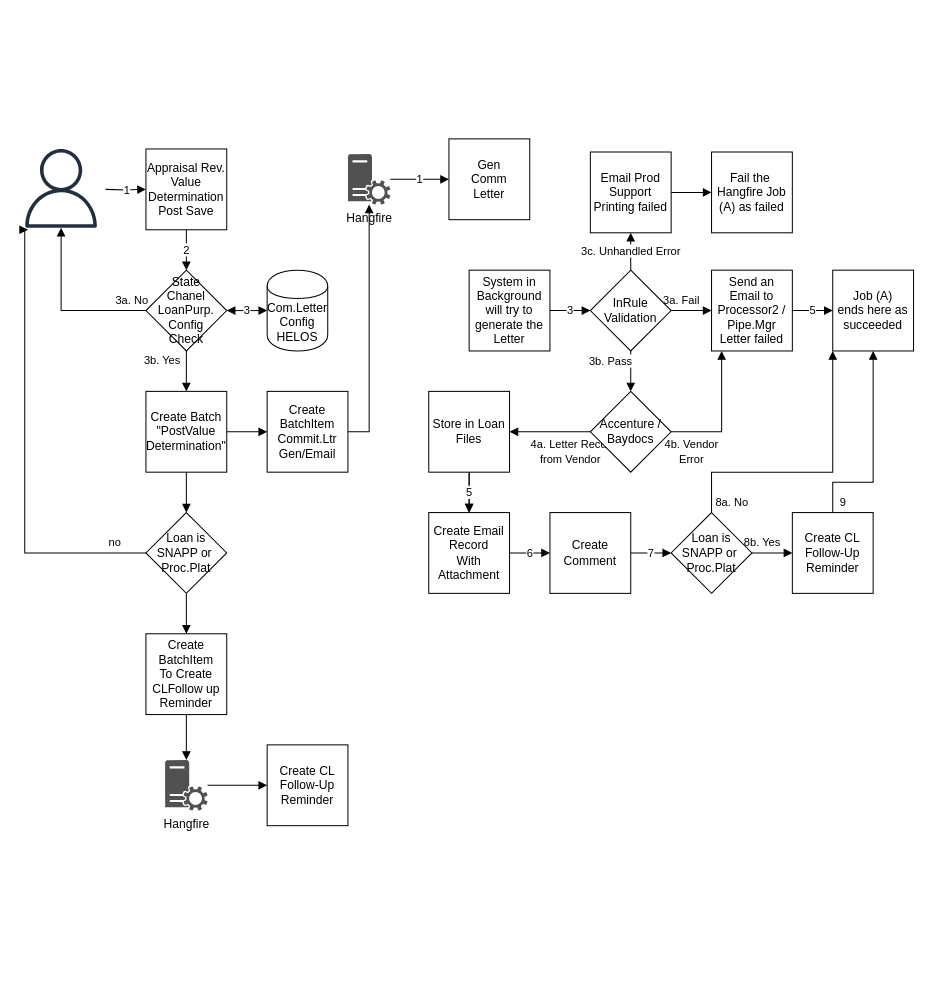
Above: page "WS/CLP" (4 of 6) of Untitled Diagram.drawio in lhesnadeemshaikh/los (draw.io), before the change. Source tidied: cells renumbered, new cells numbered last; positions are measured from the earlier drawing's top-left corner, leaving out a move shared by most shapes. Both pictures are drawn from the tidied source at 101%, with x=0, y=0 at pixel (21, 138).
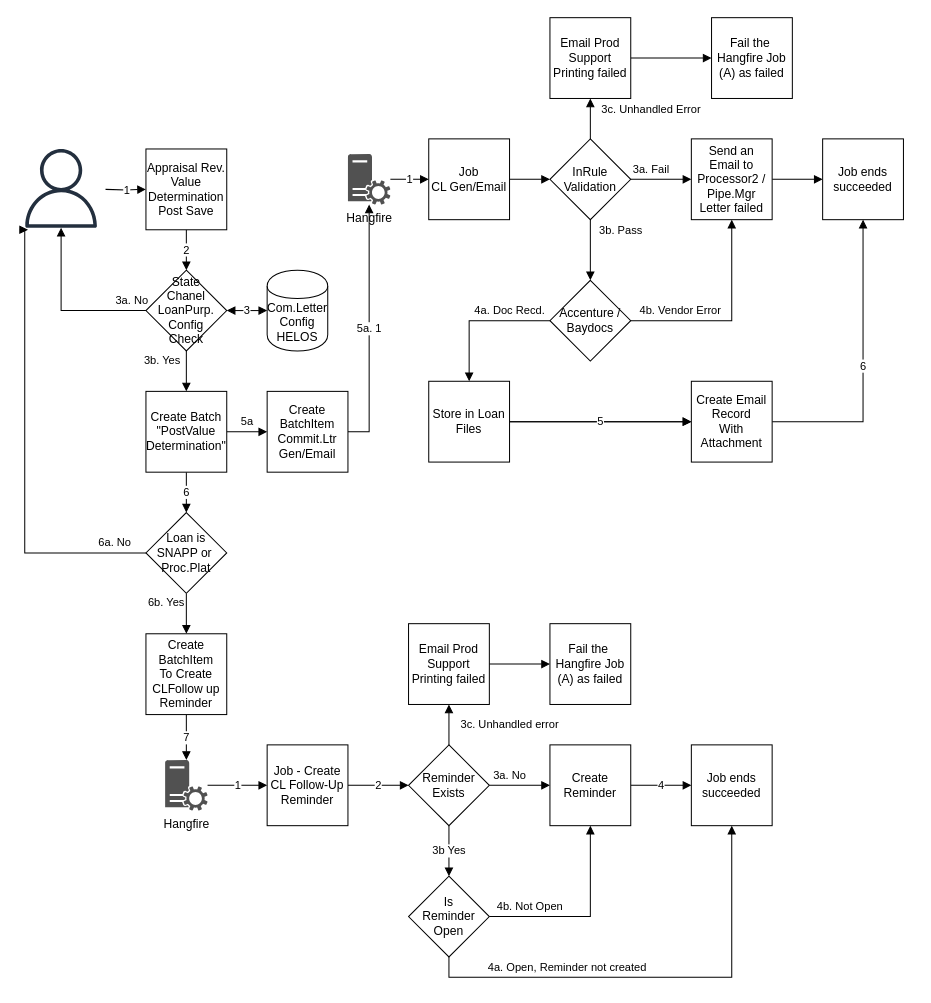
After the change.

The change refers to these unchanged cells:
```xml
<mxCell id="7" value="Hangfire" style="shadow=0;dashed=0;html=1;strokeColor=none;labelPosition=center;verticalLabelPosition=bottom;verticalAlign=top;align=center;fillColor=#515151;shape=mxgraph.mscae.system_center.roles;" parent="1" vertex="1">
  <mxGeometry x="323" y="15" width="42" height="50" as="geometry" />
</mxCell>
<mxCell id="37" value="Create Batch&lt;br&gt;&quot;PostValue&lt;br&gt;Determination&quot;" style="whiteSpace=wrap;html=1;" parent="1" vertex="1">
  <mxGeometry x="123" y="250" width="80" height="80" as="geometry" />
</mxCell>
<mxCell id="42" value="Loan is SNAPP or&amp;nbsp;&lt;br&gt;Proc.Plat" style="rhombus;whiteSpace=wrap;html=1;" parent="1" vertex="1">
  <mxGeometry x="123" y="370" width="80" height="80" as="geometry" />
</mxCell>
<mxCell id="44" value="Hangfire" style="shadow=0;dashed=0;html=1;strokeColor=none;labelPosition=center;verticalLabelPosition=bottom;verticalAlign=top;align=center;fillColor=#515151;shape=mxgraph.mscae.system_center.roles;" parent="1" vertex="1">
  <mxGeometry x="142" y="615" width="42" height="50" as="geometry" />
</mxCell>
<mxCell id="45" style="outlineConnect=0;fontColor=#232F3E;gradientColor=none;fillColor=#232F3E;strokeColor=none;dashed=0;verticalLabelPosition=bottom;verticalAlign=top;align=center;html=1;fontSize=12;fontStyle=0;shape=mxgraph.aws4.user;" parent="1" vertex="1">
  <mxGeometry y="10" width="78" height="78" as="geometry" />
</mxCell>
<mxCell id="51" value="Create BatchItem&lt;br&gt;Commit.Ltr&lt;br&gt;Gen/Email" style="whiteSpace=wrap;html=1;" parent="1" vertex="1">
  <mxGeometry x="243" y="250" width="80" height="80" as="geometry" />
</mxCell>
<mxCell id="53" value="Create BatchItem&lt;br&gt;To Create&lt;br&gt;CLFollow up Reminder" style="whiteSpace=wrap;html=1;" parent="1" vertex="1">
  <mxGeometry x="123" y="490" width="80" height="80" as="geometry" />
</mxCell>
```

Change to the diagram source:
```diff
@@
+    <mxCell id="54" style="edgeStyle=orthogonalEdgeStyle;rounded=0;jettySize=auto;html=1;startArrow=none;startFill=0;endArrow=block;endFill=1;entryX=0;entryY=0.5;entryDx=0;entryDy=0;" parent="1" edge="1" source="5" target="13">
+      <mxGeometry relative="1" as="geometry" />
+    </mxCell>
-    <mxCell id="5" value="Gen&lt;br&gt;Comm&lt;br&gt;Letter" style="whiteSpace=wrap;html=1;" parent="1" vertex="1">
-      <mxGeometry x="423" width="80" height="80" as="geometry" />
+    <mxCell id="5" value="Job&lt;br&gt;CL Gen/Email" style="whiteSpace=wrap;html=1;" parent="1" vertex="1">
+      <mxGeometry x="403" width="80" height="80" as="geometry" />
     </mxCell>
@@
-    <mxCell id="8" value="3" style="edgeStyle=orthogonalEdgeStyle;rounded=0;jettySize=auto;html=1;startArrow=none;startFill=0;endArrow=block;endFill=1;" parent="1" edge="1" source="9" target="13">
-      <mxGeometry relative="1" as="geometry" />
-    </mxCell>
-    <mxCell id="9" value="System in Background will try to generate the Letter" style="whiteSpace=wrap;html=1;" parent="1" vertex="1">
-      <mxGeometry x="443" y="130" width="80" height="80" as="geometry" />
-    </mxCell>
-    <mxCell id="10" value="3a. Fail" style="edgeStyle=orthogonalEdgeStyle;rounded=0;jettySize=auto;html=1;startArrow=none;startFill=0;endArrow=block;endFill=1;" parent="1" edge="1" source="13" target="15">
-      <mxGeometry x="-0.5" y="10" relative="1" as="geometry" />
-    </mxCell>
-    <mxCell id="11" value="3b. Pass" style="edgeStyle=orthogonalEdgeStyle;rounded=0;jettySize=auto;html=1;startArrow=none;startFill=0;endArrow=block;endFill=1;entryX=0.5;entryY=0;entryDx=0;entryDy=0;" parent="1" edge="1" source="13" target="19">
-      <mxGeometry x="-0.5" y="-20" relative="1" as="geometry" />
-    </mxCell>
-    <mxCell id="12" value="3c. Unhandled Error" style="edgeStyle=orthogonalEdgeStyle;rounded=0;jettySize=auto;html=1;exitX=0.5;exitY=0;exitDx=0;exitDy=0;entryX=0.5;entryY=1;entryDx=0;entryDy=0;startArrow=none;startFill=0;endArrow=block;endFill=1;" parent="1" edge="1" source="13" target="33">
-      <mxGeometry relative="1" as="geometry" />
-    </mxCell>
-    <mxCell id="13" value="InRule Validation" style="rhombus;whiteSpace=wrap;html=1;" parent="1" vertex="1">
-      <mxGeometry x="563" y="130" width="80" height="80" as="geometry" />
-    </mxCell>
-    <mxCell id="14" value="5" style="edgeStyle=orthogonalEdgeStyle;rounded=0;jettySize=auto;html=1;startArrow=none;startFill=0;endArrow=block;endFill=1;" parent="1" edge="1" source="15" target="16">
-      <mxGeometry relative="1" as="geometry" />
-    </mxCell>
-    <mxCell id="15" value="Send an Email to Processor2 / Pipe.Mgr&lt;br&gt;Letter failed" style="whiteSpace=wrap;html=1;" parent="1" vertex="1">
-      <mxGeometry x="683" y="130" width="80" height="80" as="geometry" />
-    </mxCell>
-    <mxCell id="16" value="Job (A)&lt;br&gt;ends here as succeeded" style="whiteSpace=wrap;html=1;" parent="1" vertex="1">
-      <mxGeometry x="803" y="130" width="80" height="80" as="geometry" />
-    </mxCell>
+    <mxCell id="18" value="4a. Doc Recd." style="edgeStyle=orthogonalEdgeStyle;rounded=0;jettySize=auto;html=1;entryX=0.5;entryY=0;entryDx=0;entryDy=0;startArrow=none;startFill=0;endArrow=block;endFill=1;" parent="1" edge="1" source="19" target="22">
+      <mxGeometry x="-0.43" y="-10" relative="1" as="geometry" />
+    </mxCell>
-    <mxCell id="17" value="4b. Vendor&lt;br&gt;Error" style="edgeStyle=orthogonalEdgeStyle;rounded=0;jettySize=auto;html=1;startArrow=none;startFill=0;endArrow=block;endFill=1;" parent="1" edge="1" source="19" target="15">
-      <mxGeometry x="-0.69" y="-20" relative="1" as="geometry">
-        <Array as="points">
-          <mxPoint x="693" y="290" />
-        </Array>
+    <mxCell id="17" value="4b. Vendor Error" style="edgeStyle=orthogonalEdgeStyle;rounded=0;jettySize=auto;html=1;entryX=0.5;entryY=1;entryDx=0;entryDy=0;startArrow=none;startFill=0;endArrow=block;endFill=1;" parent="1" edge="1" source="19" target="15">
+      <mxGeometry x="-0.5" y="10" relative="1" as="geometry">
+        <mxPoint x="-1" as="offset" />
       </mxGeometry>
     </mxCell>
-    <mxCell id="18" value="&lt;span style=&quot;color: rgb(0 , 0 , 0) ; font-family: &amp;#34;helvetica&amp;#34; ; font-size: 11px ; font-style: normal ; font-weight: 400 ; letter-spacing: normal ; text-align: center ; text-indent: 0px ; text-transform: none ; word-spacing: 0px ; background-color: rgb(255 , 255 , 255) ; display: inline ; float: none&quot;&gt;4a. Letter Recd. &lt;br&gt;from Vendor&lt;/span&gt;" style="edgeStyle=orthogonalEdgeStyle;rounded=0;jettySize=auto;html=1;entryX=1;entryY=0.5;entryDx=0;entryDy=0;startArrow=none;startFill=0;endArrow=block;endFill=1;" parent="1" edge="1" source="19" target="22">
-      <mxGeometry x="-0.5" y="20" relative="1" as="geometry" />
-    </mxCell>
     <mxCell id="19" value="Accenture / Baydocs" style="rhombus;whiteSpace=wrap;html=1;" parent="1" vertex="1">
-      <mxGeometry x="563" y="250" width="80" height="80" as="geometry" />
+      <mxGeometry x="523" y="140" width="80" height="80" as="geometry" />
     </mxCell>
@@
     <mxCell id="22" value="Store in Loan&lt;br&gt;Files" style="whiteSpace=wrap;html=1;" parent="1" vertex="1">
-      <mxGeometry x="403" y="250" width="80" height="80" as="geometry" />
+      <mxGeometry x="403" y="240" width="80" height="80" as="geometry" />
     </mxCell>
-    <mxCell id="23" value="6" style="edgeStyle=orthogonalEdgeStyle;rounded=0;jettySize=auto;html=1;startArrow=none;startFill=0;endArrow=block;endFill=1;" parent="1" edge="1" source="24" target="26">
+    <mxCell id="23" value="6" style="edgeStyle=orthogonalEdgeStyle;rounded=0;jettySize=auto;html=1;entryX=0.5;entryY=1;entryDx=0;entryDy=0;startArrow=none;startFill=0;endArrow=block;endFill=1;" parent="1" edge="1" source="24" target="57">
       <mxGeometry relative="1" as="geometry" />
     </mxCell>
     <mxCell id="24" value="Create Email Record&lt;br&gt;With Attachment" style="whiteSpace=wrap;html=1;" parent="1" vertex="1">
-      <mxGeometry x="403" y="370" width="80" height="80" as="geometry" />
+      <mxGeometry x="663" y="240" width="80" height="80" as="geometry" />
     </mxCell>
-    <mxCell id="25" value="7" style="edgeStyle=orthogonalEdgeStyle;rounded=0;jettySize=auto;html=1;startArrow=none;startFill=0;endArrow=block;endFill=1;" parent="1" edge="1" source="26" target="29">
-      <mxGeometry relative="1" as="geometry" />
-    </mxCell>
-    <mxCell id="26" value="Create Comment" style="whiteSpace=wrap;html=1;" parent="1" vertex="1">
-      <mxGeometry x="523" y="370" width="80" height="80" as="geometry" />
-    </mxCell>
-    <mxCell id="27" value="8b. Yes" style="edgeStyle=orthogonalEdgeStyle;rounded=0;jettySize=auto;html=1;entryX=0;entryY=0.5;entryDx=0;entryDy=0;startArrow=none;startFill=0;endArrow=block;endFill=1;" parent="1" edge="1" source="29" target="31">
-      <mxGeometry x="-0.5" y="10" relative="1" as="geometry" />
-    </mxCell>
-    <mxCell id="28" value="8a. No" style="edgeStyle=orthogonalEdgeStyle;rounded=0;jettySize=auto;html=1;entryX=0;entryY=1;entryDx=0;entryDy=0;startArrow=none;startFill=0;endArrow=block;endFill=1;" parent="1" edge="1" source="29" target="16">
-      <mxGeometry x="-0.93" y="-20" relative="1" as="geometry">
-        <Array as="points">
-          <mxPoint x="683" y="330" />
-          <mxPoint x="803" y="330" />
-        </Array>
-      </mxGeometry>
-    </mxCell>
-    <mxCell id="29" value="Loan is SNAPP or&amp;nbsp;&lt;br&gt;Proc.Plat" style="rhombus;whiteSpace=wrap;html=1;" parent="1" vertex="1">
-      <mxGeometry x="643" y="370" width="80" height="80" as="geometry" />
-    </mxCell>
-    <mxCell id="30" value="9" style="edgeStyle=orthogonalEdgeStyle;rounded=0;jettySize=auto;html=1;entryX=0.5;entryY=1;entryDx=0;entryDy=0;startArrow=none;startFill=0;endArrow=block;endFill=1;exitX=0.5;exitY=0;exitDx=0;exitDy=0;" parent="1" edge="1" source="31" target="16">
-      <mxGeometry x="-0.9" y="-10" relative="1" as="geometry">
-        <Array as="points">
-          <mxPoint x="803" y="340" />
-          <mxPoint x="843" y="340" />
-        </Array>
-      </mxGeometry>
-    </mxCell>
-    <mxCell id="31" value="Create CL Follow-Up Reminder" style="whiteSpace=wrap;html=1;" parent="1" vertex="1">
-      <mxGeometry x="763" y="370" width="80" height="80" as="geometry" />
-    </mxCell>
-    <mxCell id="32" style="edgeStyle=orthogonalEdgeStyle;rounded=0;jettySize=auto;html=1;entryX=0;entryY=0.5;entryDx=0;entryDy=0;startArrow=none;startFill=0;endArrow=block;endFill=1;" parent="1" edge="1" source="33" target="34">
-      <mxGeometry relative="1" as="geometry" />
-    </mxCell>
-    <mxCell id="33" value="Email Prod Support&lt;br&gt;Printing failed" style="whiteSpace=wrap;html=1;" parent="1" vertex="1">
-      <mxGeometry x="563" y="13" width="80" height="80" as="geometry" />
-    </mxCell>
-    <mxCell id="34" value="Fail the&amp;nbsp; Hangfire Job (A) as failed" style="whiteSpace=wrap;html=1;" parent="1" vertex="1">
-      <mxGeometry x="683" y="13" width="80" height="80" as="geometry" />
-    </mxCell>
-    <mxCell id="35" style="edgeStyle=orthogonalEdgeStyle;rounded=0;jettySize=auto;html=1;entryX=0.5;entryY=0;entryDx=0;entryDy=0;startArrow=none;startFill=0;endArrow=block;endFill=1;" parent="1" edge="1" source="37" target="42">
+    <mxCell id="35" value="6" style="edgeStyle=orthogonalEdgeStyle;rounded=0;jettySize=auto;html=1;entryX=0.5;entryY=0;entryDx=0;entryDy=0;startArrow=none;startFill=0;endArrow=block;endFill=1;" parent="1" edge="1" source="37" target="42">
       <mxGeometry relative="1" as="geometry" />
     </mxCell>
-    <mxCell id="36" style="edgeStyle=orthogonalEdgeStyle;rounded=0;jettySize=auto;html=1;entryX=0;entryY=0.5;entryDx=0;entryDy=0;startArrow=none;startFill=0;endArrow=block;endFill=1;" parent="1" edge="1" source="37" target="51">
-      <mxGeometry relative="1" as="geometry" />
+    <mxCell id="36" value="5a" style="edgeStyle=orthogonalEdgeStyle;rounded=0;jettySize=auto;html=1;entryX=0;entryY=0.5;entryDx=0;entryDy=0;startArrow=none;startFill=0;endArrow=block;endFill=1;" parent="1" edge="1" source="37" target="51">
+      <mxGeometry y="10" relative="1" as="geometry" />
     </mxCell>
@@
+    <mxCell id="55" value="2" style="edgeStyle=orthogonalEdgeStyle;rounded=0;jettySize=auto;html=1;entryX=0;entryY=0.5;entryDx=0;entryDy=0;startArrow=none;startFill=0;endArrow=block;endFill=1;" parent="1" edge="1" source="39" target="64">
+      <mxGeometry relative="1" as="geometry" />
+    </mxCell>
-    <mxCell id="39" value="Create CL Follow-Up Reminder" style="whiteSpace=wrap;html=1;" parent="1" vertex="1">
+    <mxCell id="39" value="Job - Create CL Follow-Up Reminder" style="whiteSpace=wrap;html=1;" parent="1" vertex="1">
       <mxGeometry x="243" y="600" width="80" height="80" as="geometry" />
     </mxCell>
-    <mxCell id="40" value="no" style="edgeStyle=orthogonalEdgeStyle;rounded=0;jettySize=auto;html=1;startArrow=none;startFill=0;endArrow=block;endFill=1;entryX=0.038;entryY=1.026;entryDx=0;entryDy=0;entryPerimeter=0;exitX=0;exitY=0.5;exitDx=0;exitDy=0;" parent="1" edge="1" source="42" target="45">
+    <mxCell id="40" value="6a. No" style="edgeStyle=orthogonalEdgeStyle;rounded=0;jettySize=auto;html=1;startArrow=none;startFill=0;endArrow=block;endFill=1;entryX=0.038;entryY=1.026;entryDx=0;entryDy=0;entryPerimeter=0;exitX=0;exitY=0.5;exitDx=0;exitDy=0;" parent="1" edge="1" source="42" target="45">
       <mxGeometry x="-0.86" y="-10" relative="1" as="geometry">
         <Array as="points">
           <mxPoint x="3" y="410" />
         </Array>
       </mxGeometry>
     </mxCell>
-    <mxCell id="41" style="edgeStyle=orthogonalEdgeStyle;rounded=0;jettySize=auto;html=1;entryX=0.5;entryY=0;entryDx=0;entryDy=0;startArrow=none;startFill=0;endArrow=block;endFill=1;" parent="1" edge="1" source="42" target="53">
-      <mxGeometry relative="1" as="geometry" />
+    <mxCell id="41" value="6b. Yes" style="edgeStyle=orthogonalEdgeStyle;rounded=0;jettySize=auto;html=1;entryX=0.5;entryY=0;entryDx=0;entryDy=0;startArrow=none;startFill=0;endArrow=block;endFill=1;" parent="1" edge="1" source="42" target="53">
+      <mxGeometry x="-0.5" y="-20" relative="1" as="geometry">
+        <mxPoint y="-1" as="offset" />
+      </mxGeometry>
     </mxCell>
@@
-    <mxCell id="43" style="edgeStyle=orthogonalEdgeStyle;rounded=0;jettySize=auto;html=1;startArrow=none;startFill=0;endArrow=block;endFill=1;" parent="1" edge="1" source="44" target="39">
+    <mxCell id="43" value="1" style="edgeStyle=orthogonalEdgeStyle;rounded=0;jettySize=auto;html=1;startArrow=none;startFill=0;endArrow=block;endFill=1;" parent="1" edge="1" source="44" target="39">
       <mxGeometry relative="1" as="geometry" />
     </mxCell>
@@
-    <mxCell id="50" style="edgeStyle=orthogonalEdgeStyle;rounded=0;jettySize=auto;html=1;startArrow=none;startFill=0;endArrow=block;endFill=1;" parent="1" edge="1" source="51" target="7">
+    <mxCell id="50" value="5a. 1" style="edgeStyle=orthogonalEdgeStyle;rounded=0;jettySize=auto;html=1;startArrow=none;startFill=0;endArrow=block;endFill=1;" parent="1" edge="1" source="51" target="7">
       <mxGeometry relative="1" as="geometry">
         <Array as="points">
           <mxPoint x="344" y="290" />
         </Array>
       </mxGeometry>
     </mxCell>
@@
-    <mxCell id="52" style="edgeStyle=orthogonalEdgeStyle;rounded=0;jettySize=auto;html=1;entryX=0.5;entryY=0;entryDx=0;entryDy=0;entryPerimeter=0;startArrow=none;startFill=0;endArrow=block;endFill=1;" parent="1" edge="1" source="53" target="44">
+    <mxCell id="52" value="7" style="edgeStyle=orthogonalEdgeStyle;rounded=0;jettySize=auto;html=1;entryX=0.5;entryY=0;entryDx=0;entryDy=0;entryPerimeter=0;startArrow=none;startFill=0;endArrow=block;endFill=1;" parent="1" edge="1" source="53" target="44">
       <mxGeometry relative="1" as="geometry" />
     </mxCell>
@@
+    <mxCell id="10" value="3a. Fail" style="edgeStyle=orthogonalEdgeStyle;rounded=0;jettySize=auto;html=1;entryX=0;entryY=0.5;entryDx=0;entryDy=0;startArrow=none;startFill=0;endArrow=block;endFill=1;" parent="1" edge="1" source="13" target="15">
+      <mxGeometry x="-0.33" y="10" relative="1" as="geometry" />
+    </mxCell>
+    <mxCell id="12" value="&lt;span style=&quot;color: rgb(0 , 0 , 0) ; font-family: &amp;#34;helvetica&amp;#34; ; font-size: 11px ; font-style: normal ; font-weight: 400 ; letter-spacing: normal ; text-align: center ; text-indent: 0px ; text-transform: none ; word-spacing: 0px ; background-color: rgb(255 , 255 , 255) ; display: inline ; float: none&quot;&gt;3c. Unhandled Error&lt;/span&gt;" style="edgeStyle=orthogonalEdgeStyle;rounded=0;jettySize=auto;html=1;startArrow=none;startFill=0;endArrow=block;endFill=1;" parent="1" edge="1" source="13" target="59">
+      <mxGeometry x="0.5" y="-60" relative="1" as="geometry">
+        <mxPoint y="1" as="offset" />
+      </mxGeometry>
+    </mxCell>
+    <mxCell id="11" value="3b. Pass" style="edgeStyle=orthogonalEdgeStyle;rounded=0;jettySize=auto;html=1;entryX=0.5;entryY=0;entryDx=0;entryDy=0;startArrow=none;startFill=0;endArrow=block;endFill=1;" parent="1" edge="1" source="13" target="19">
+      <mxGeometry x="-0.67" y="30" relative="1" as="geometry">
+        <mxPoint y="1" as="offset" />
+      </mxGeometry>
+    </mxCell>
+    <mxCell id="13" value="InRule Validation" style="rhombus;whiteSpace=wrap;html=1;" parent="1" vertex="1">
+      <mxGeometry x="523" width="80" height="80" as="geometry" />
+    </mxCell>
+    <mxCell id="56" style="edgeStyle=orthogonalEdgeStyle;rounded=0;jettySize=auto;html=1;entryX=0;entryY=0.5;entryDx=0;entryDy=0;startArrow=none;startFill=0;endArrow=block;endFill=1;" parent="1" edge="1" source="15" target="57">
+      <mxGeometry relative="1" as="geometry" />
+    </mxCell>
+    <mxCell id="15" value="Send an Email to Processor2 / Pipe.Mgr&lt;br&gt;Letter failed" style="whiteSpace=wrap;html=1;" parent="1" vertex="1">
+      <mxGeometry x="663" width="80" height="80" as="geometry" />
+    </mxCell>
+    <mxCell id="57" value="Job ends succeeded" style="whiteSpace=wrap;html=1;" parent="1" vertex="1">
+      <mxGeometry x="793" width="80" height="80" as="geometry" />
+    </mxCell>
+    <mxCell id="58" style="edgeStyle=orthogonalEdgeStyle;rounded=0;jettySize=auto;html=1;entryX=0;entryY=0.5;entryDx=0;entryDy=0;startArrow=none;startFill=0;endArrow=block;endFill=1;" parent="1" edge="1" source="59" target="60">
+      <mxGeometry relative="1" as="geometry" />
+    </mxCell>
+    <mxCell id="59" value="Email Prod Support&lt;br&gt;Printing failed" style="whiteSpace=wrap;html=1;" parent="1" vertex="1">
+      <mxGeometry x="523" y="-120" width="80" height="80" as="geometry" />
+    </mxCell>
+    <mxCell id="60" value="Fail the&amp;nbsp; Hangfire Job (A) as failed" style="whiteSpace=wrap;html=1;" parent="1" vertex="1">
+      <mxGeometry x="683" y="-120" width="80" height="80" as="geometry" />
+    </mxCell>
+    <mxCell id="61" value="3a. No" style="edgeStyle=orthogonalEdgeStyle;rounded=0;jettySize=auto;html=1;entryX=0;entryY=0.5;entryDx=0;entryDy=0;startArrow=none;startFill=0;endArrow=block;endFill=1;" parent="1" edge="1" source="64" target="66">
+      <mxGeometry x="-0.33" y="10" relative="1" as="geometry" />
+    </mxCell>
+    <mxCell id="62" value="3b Yes" style="edgeStyle=orthogonalEdgeStyle;rounded=0;jettySize=auto;html=1;entryX=0.5;entryY=0;entryDx=0;entryDy=0;startArrow=none;startFill=0;endArrow=block;endFill=1;" parent="1" edge="1" source="64" target="70">
+      <mxGeometry relative="1" as="geometry" />
+    </mxCell>
+    <mxCell id="63" value="3c. Unhandled error" style="edgeStyle=orthogonalEdgeStyle;rounded=0;jettySize=auto;html=1;entryX=0.5;entryY=1;entryDx=0;entryDy=0;startArrow=none;startFill=0;endArrow=block;endFill=1;" parent="1" edge="1" source="64" target="72">
+      <mxGeometry y="-60" relative="1" as="geometry" />
+    </mxCell>
+    <mxCell id="64" value="Reminder&lt;br&gt;Exists" style="rhombus;whiteSpace=wrap;html=1;" parent="1" vertex="1">
+      <mxGeometry x="383" y="600" width="80" height="80" as="geometry" />
+    </mxCell>
+    <mxCell id="65" value="4" style="edgeStyle=orthogonalEdgeStyle;rounded=0;jettySize=auto;html=1;startArrow=none;startFill=0;endArrow=block;endFill=1;" parent="1" edge="1" source="66" target="67">
+      <mxGeometry relative="1" as="geometry" />
+    </mxCell>
+    <mxCell id="66" value="Create Reminder" style="whiteSpace=wrap;html=1;" parent="1" vertex="1">
+      <mxGeometry x="523" y="600" width="80" height="80" as="geometry" />
+    </mxCell>
+    <mxCell id="67" value="Job ends succeeded" style="whiteSpace=wrap;html=1;" parent="1" vertex="1">
+      <mxGeometry x="663" y="600" width="80" height="80" as="geometry" />
+    </mxCell>
+    <mxCell id="68" value="4a. Open, Reminder not created" style="edgeStyle=orthogonalEdgeStyle;rounded=0;jettySize=auto;html=1;startArrow=none;startFill=0;endArrow=block;endFill=1;entryX=0.5;entryY=1;entryDx=0;entryDy=0;exitX=0.5;exitY=1;exitDx=0;exitDy=0;" parent="1" edge="1" source="70" target="67">
+      <mxGeometry x="-0.39" y="10" relative="1" as="geometry" />
+    </mxCell>
+    <mxCell id="69" value="4b. Not Open" style="edgeStyle=orthogonalEdgeStyle;rounded=0;jettySize=auto;html=1;entryX=0.5;entryY=1;entryDx=0;entryDy=0;startArrow=none;startFill=0;endArrow=block;endFill=1;" parent="1" edge="1" source="70" target="66">
+      <mxGeometry x="-0.58" y="10" relative="1" as="geometry" />
+    </mxCell>
+    <mxCell id="70" value="Is&lt;br&gt;Reminder&lt;br&gt;Open" style="rhombus;whiteSpace=wrap;html=1;" parent="1" vertex="1">
+      <mxGeometry x="383" y="730" width="80" height="80" as="geometry" />
+    </mxCell>
+    <mxCell id="71" style="edgeStyle=orthogonalEdgeStyle;rounded=0;jettySize=auto;html=1;entryX=0;entryY=0.5;entryDx=0;entryDy=0;startArrow=none;startFill=0;endArrow=block;endFill=1;" parent="1" edge="1" source="72" target="73">
+      <mxGeometry relative="1" as="geometry" />
+    </mxCell>
+    <mxCell id="72" value="Email Prod Support&lt;br&gt;Printing failed" style="whiteSpace=wrap;html=1;" parent="1" vertex="1">
+      <mxGeometry x="383" y="480" width="80" height="80" as="geometry" />
+    </mxCell>
+    <mxCell id="73" value="Fail the&amp;nbsp; Hangfire Job (A) as failed" style="whiteSpace=wrap;html=1;" parent="1" vertex="1">
+      <mxGeometry x="523" y="480" width="80" height="80" as="geometry" />
+    </mxCell>
```
